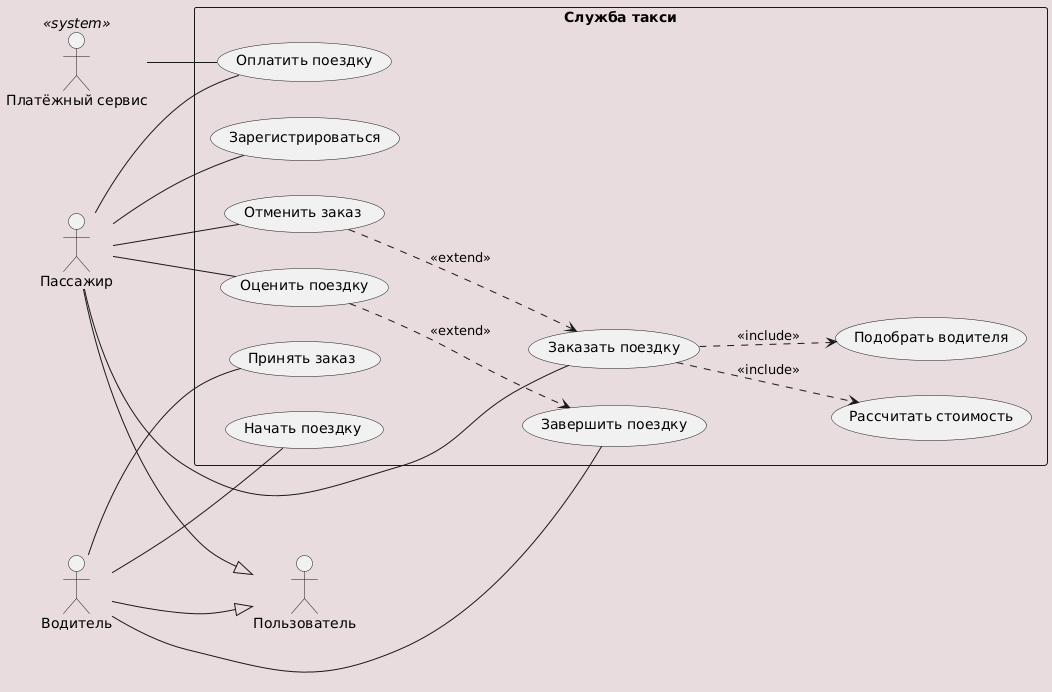
The PlantUML diagram out/png/usecases.png in Allureeee/uml-kuznetsova-20, before a commit. Source of this version:
```plantuml
@startuml
!include ../../_style.puml

left to right direction

actor "Пользователь" as user
actor "Пассажир" as client
actor "Водитель" as driver
actor "Платёжный сервис" as payment <<system>>

client --|> user
driver --|> user

rectangle "Служба такси" {

    usecase "Зарегистрироваться" as UC_register

    usecase "Заказать поездку" as UC_order
    usecase "Рассчитать стоимость" as UC_price
    usecase "Подобрать водителя" as UC_finddriver

    usecase "Принять заказ" as UC_accept
    usecase "Начать поездку" as UC_start
    usecase "Завершить поездку" as UC_finish

    usecase "Отменить заказ" as UC_cancel
    usecase "Оценить поездку" as UC_rate
    usecase "Оплатить поездку" as UC_pay
}

client -- UC_register
client -- UC_order
client -- UC_cancel
client -- UC_rate
client -- UC_pay

driver -- UC_accept
driver -- UC_start
driver -- UC_finish

payment -- UC_pay

UC_order ..> UC_price : <<include>>
UC_order ..> UC_finddriver : <<include>>

UC_cancel ..> UC_order : <<extend>>
UC_rate ..> UC_finish : <<extend>>

@enduml
```
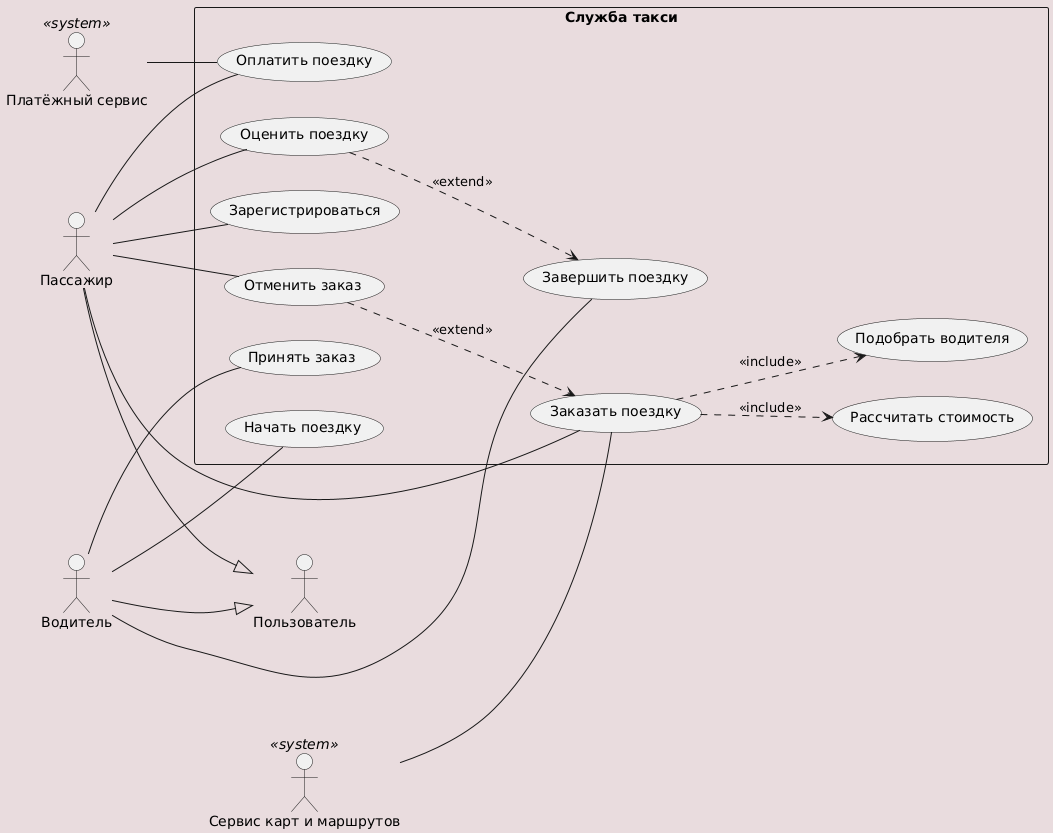
The same file after the commit.

What changed in the source:
```diff
@@ -7,6 +7,7 @@
 actor "Пассажир" as client
 actor "Водитель" as driver
 actor "Платёжный сервис" as payment <<system>>
+actor "Сервис карт и маршрутов" as maps <<system>>
 
 client --|> user
 driver --|> user
@@ -39,6 +40,7 @@
 driver -- UC_finish
 
 payment -- UC_pay
+maps -- UC_order
 
 UC_order ..> UC_price : <<include>>
 UC_order ..> UC_finddriver : <<include>>
```
